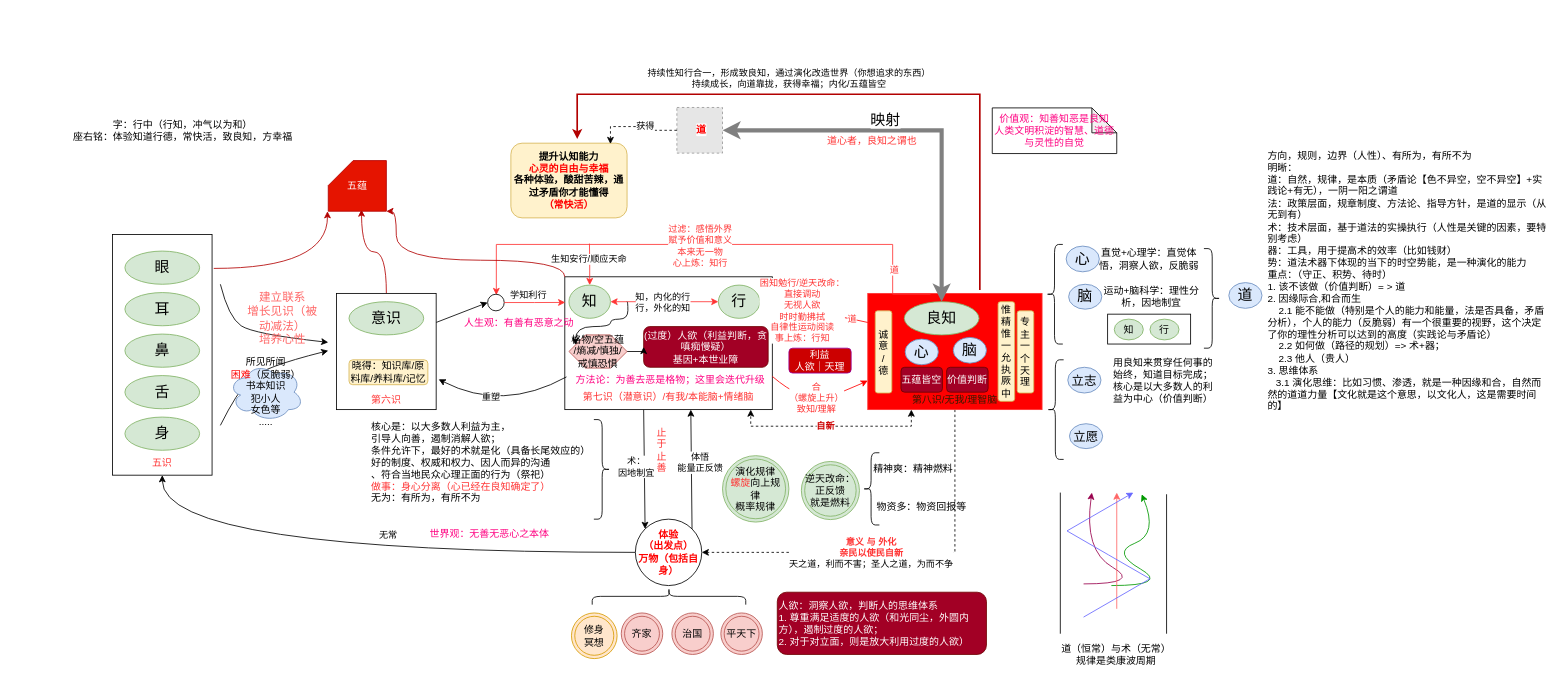
Above: page "良知" (1 of 2) of xinxue.drawio in kason-huang/DrawIO (draw.io), before the change. Source tidied: cells renumbered, new cells numbered last; positions are measured from the earlier drawing's top-left corner, leaving out a move shared by most shapes. Both pictures are drawn from the tidied source at 83%, with x=0, y=0 at pixel (62, 94). Pictures stored in the file or linked from it are replaced by grey dashed boxes.
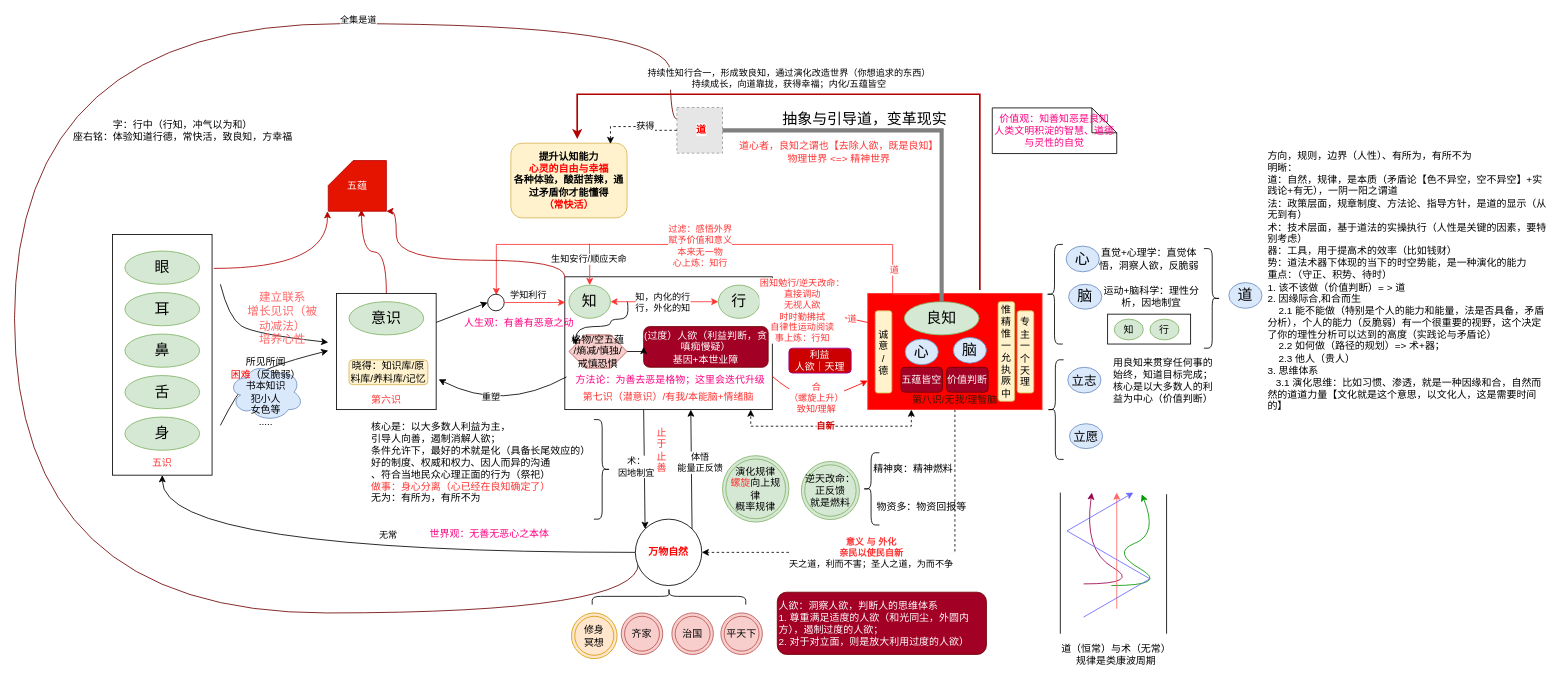
The same diagram, later.

The change refers to these unchanged cells:
```xml
<mxCell id="34" value="&lt;font style=&quot;font-size: 18px;&quot;&gt;良知&lt;br&gt;&lt;/font&gt;" style="ellipse;whiteSpace=wrap;html=1;fillColor=#d5e8d4;strokeColor=#82b366;" parent="1" vertex="1">
  <mxGeometry x="1014" y="250" width="90" height="40" as="geometry" />
</mxCell>
<mxCell id="95" style="fillColor=#E6E6E6;strokeColor=#999999;dashed=1;verticalLabelPosition=bottom;labelBackgroundColor=default;verticalAlign=top;" parent="94" vertex="1">
  <mxGeometry width="55" height="55" as="geometry" />
</mxCell>
```

Diff of the diagram source:
```diff
@@
+    <mxCell id="119" style="edgeStyle=orthogonalEdgeStyle;rounded=0;jettySize=auto;html=1;exitX=0;exitY=1;exitDx=0;exitDy=0;entryX=0;entryY=0.25;entryDx=0;entryDy=0;curved=1;endArrow=none;endFill=0;fillColor=#a20025;strokeColor=#6F0000;" parent="1" edge="1" target="95">
+      <mxGeometry relative="1" as="geometry">
+        <mxPoint x="693.7" y="565.3" as="sourcePoint" />
+        <Array as="points">
+          <mxPoint x="694" y="625" />
+          <mxPoint x="-58" y="625" />
+          <mxPoint x="-58" y="-85" />
+          <mxPoint x="732" y="-85" />
+          <mxPoint x="732" y="30" />
+        </Array>
+      </mxGeometry>
+    </mxCell>
+    <mxCell id="120" value="全集是道" style="edgeLabel;html=1;align=center;verticalAlign=middle;" parent="119" vertex="1">
+      <mxGeometry x="0.59" y="-3" relative="1" as="geometry">
+        <mxPoint y="-8" as="offset" />
+      </mxGeometry>
+    </mxCell>
-    <mxCell id="49" value="&lt;div&gt;&lt;font color=&quot;#ff0000&quot;&gt;&lt;b&gt;体验&lt;/b&gt;&lt;/font&gt;&lt;/div&gt;&lt;div&gt;&lt;font color=&quot;#ff0000&quot;&gt;&lt;b&gt;（出发点）&lt;/b&gt;&lt;/font&gt;&lt;/div&gt;&lt;div&gt;&lt;font color=&quot;#ff0000&quot;&gt;&lt;b&gt;万物（包括自身）&lt;/b&gt;&lt;/font&gt;&lt;/div&gt;" style="ellipse;whiteSpace=wrap;html=1;" parent="1" vertex="1">
+    <mxCell id="49" value="&lt;div&gt;&lt;b style=&quot;color: rgb(255, 0, 0); background-color: initial;&quot;&gt;万物自然&lt;/b&gt;&lt;br&gt;&lt;/div&gt;" style="ellipse;whiteSpace=wrap;html=1;" parent="1" vertex="1">
       <mxGeometry x="690" y="512" width="80" height="80" as="geometry" />
     </mxCell>
@@
-    <mxCell id="97" style="edgeStyle=orthogonalEdgeStyle;rounded=0;jettySize=auto;html=1;exitX=1;exitY=0.5;exitDx=0;exitDy=0;entryX=0.5;entryY=0;entryDx=0;entryDy=0;startArrow=classic;startFill=1;strokeColor=#808080;strokeWidth=5;" parent="1" edge="1" source="95" target="34">
+    <mxCell id="97" style="edgeStyle=orthogonalEdgeStyle;rounded=0;jettySize=auto;html=1;exitX=1;exitY=0.5;exitDx=0;exitDy=0;entryX=0.5;entryY=0;entryDx=0;entryDy=0;startArrow=none;startFill=0;strokeColor=#808080;strokeWidth=5;endArrow=none;endFill=0;" parent="1" edge="1" source="95" target="34">
       <mxGeometry relative="1" as="geometry" />
     </mxCell>
-    <mxCell id="98" value="&lt;font style=&quot;font-size: 18px;&quot;&gt;映射&lt;/font&gt;" style="edgeLabel;html=1;align=center;verticalAlign=middle;" parent="97" vertex="1">
+    <mxCell id="98" value="&lt;font style=&quot;font-size: 18px;&quot;&gt;抽象与引导道，变革现实&lt;/font&gt;" style="edgeLabel;html=1;align=center;verticalAlign=middle;" parent="97" vertex="1">
       <mxGeometry x="-0.16" relative="1" as="geometry">
-        <mxPoint x="-3" y="-13" as="offset" />
+        <mxPoint x="-28" y="-14" as="offset" />
       </mxGeometry>
     </mxCell>
@@
-    <mxCell id="100" value="&lt;font color=&quot;#ff3333&quot;&gt;道心者，良知之谓也&lt;/font&gt;" style="text;html=1;align=center;verticalAlign=middle;strokeColor=none;fillColor=none;" parent="1" vertex="1">
-      <mxGeometry x="910" y="41" width="130" height="30" as="geometry" />
+    <mxCell id="100" value="&lt;font color=&quot;#ff3333&quot;&gt;道心者，良知之谓也【去除人欲，既是良知】&lt;/font&gt;&lt;div&gt;&lt;font color=&quot;#ff3333&quot;&gt;物理世界 &amp;lt;=&amp;gt; 精神世界&lt;/font&gt;&lt;/div&gt;" style="text;html=1;align=center;verticalAlign=middle;strokeColor=none;fillColor=none;" parent="1" vertex="1">
+      <mxGeometry x="805" y="50" width="260" height="40" as="geometry" />
     </mxCell>
```
